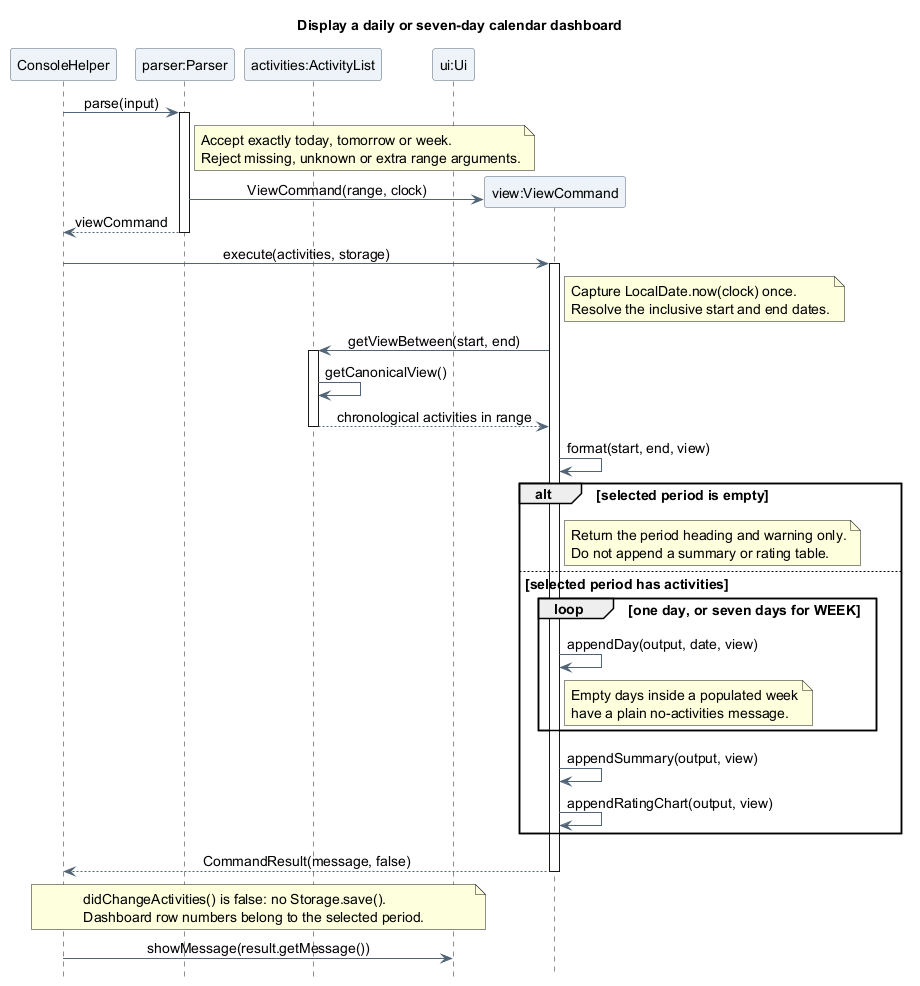
Earlier version of the PlantUML export docs/images/atharva/sequence/CalendarViewSequence.png (AY2627S1-CS2113-T10-4/tp).
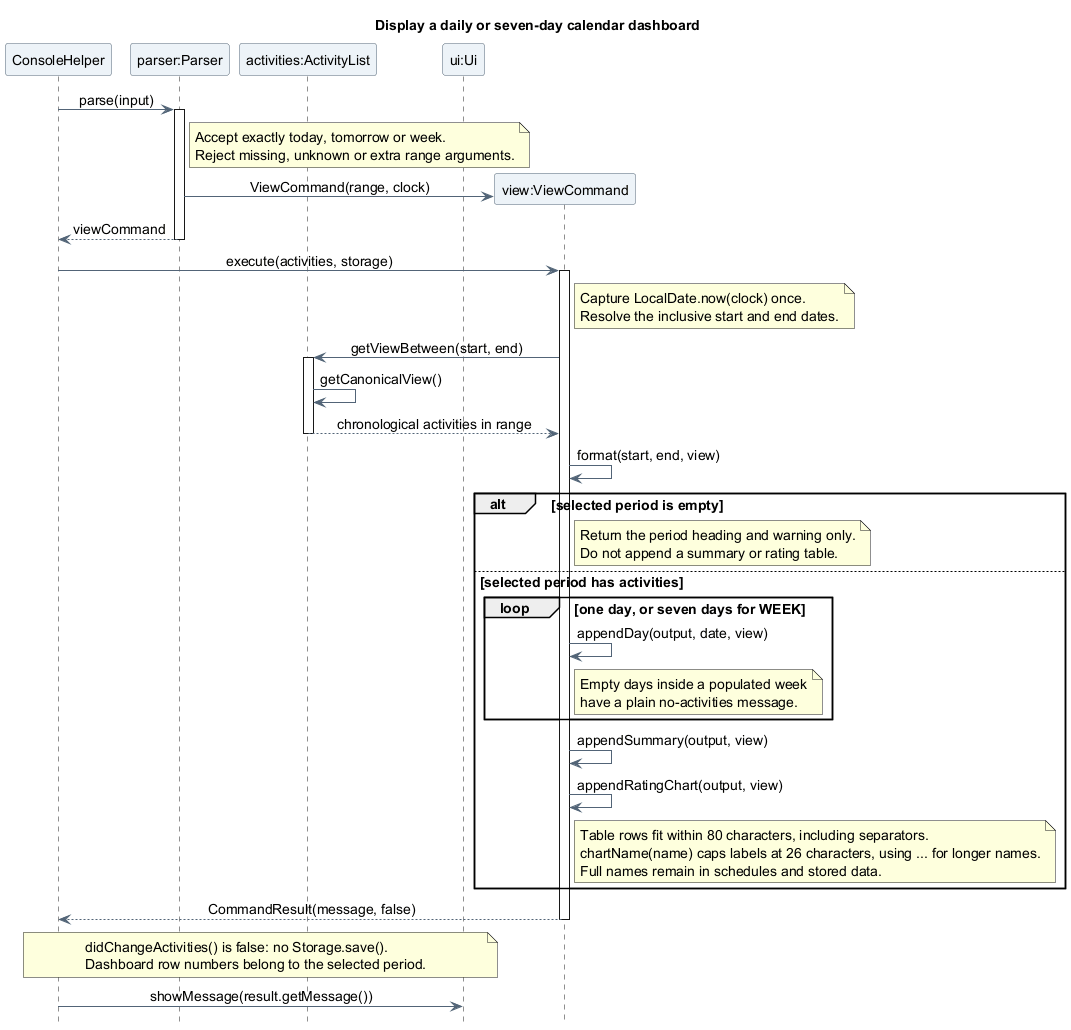
Above is the later version.

Commit message:
fix(view): cap rating table names to fit 80 columns

Change to the diagram source:
```diff
@@ -53,6 +53,11 @@
   end
   View -> View : appendSummary(output, view)
   View -> View : appendRatingChart(output, view)
+  note right of View
+    Table rows fit within 80 characters, including separators.
+    chartName(name) caps labels at 26 characters, using ... for longer names.
+    Full names remain in schedules and stored data.
+  end note
 end
 View --> Console : CommandResult(message, false)
 deactivate View
```
